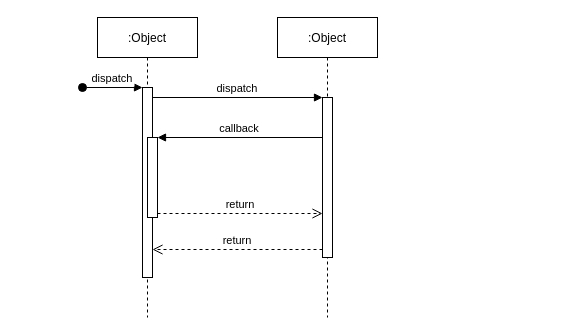
joanrsar/challenged_ml keeps this draw.io diagram as documentación/secuencia.drawio. Above is the earlier version. Source tidied: cells renumbered, new cells numbered last; positions are measured from the earlier drawing's top-left corner, leaving out a move shared by most shapes. Both pictures are drawn from the tidied source at 100%, with x=0, y=0 at pixel (82, 17).
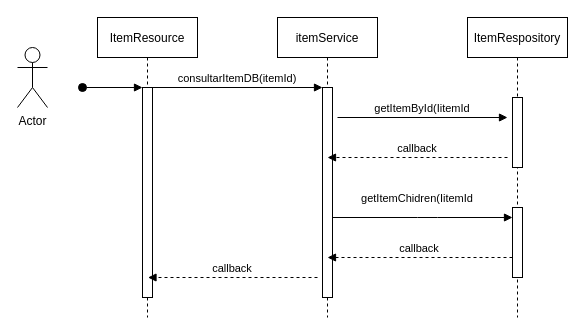
After the change.

Diff of the diagram source:
```diff
@@
-    <mxCell id="2" value=":Object" style="shape=umlLifeline;perimeter=lifelinePerimeter;rounded=0;shadow=0;strokeWidth=1;" parent="1" vertex="1">
+    <mxCell id="2" value="ItemResource" style="shape=umlLifeline;perimeter=lifelinePerimeter;rounded=0;shadow=0;strokeWidth=1;" parent="1" vertex="1">
       <mxGeometry x="15" width="100" height="300" as="geometry" />
     </mxCell>
     <mxCell id="3" style="points=[];perimeter=orthogonalPerimeter;rounded=0;shadow=0;strokeWidth=1;" parent="2" vertex="1">
-      <mxGeometry x="45" y="70" width="10" height="190" as="geometry" />
+      <mxGeometry x="45" y="70" width="10" height="210" as="geometry" />
     </mxCell>
-    <mxCell id="4" value="dispatch" style="verticalAlign=bottom;startArrow=oval;endArrow=block;startSize=8;shadow=0;strokeWidth=1;" parent="2" edge="1" target="3">
+    <mxCell id="4" style="verticalAlign=bottom;startArrow=oval;endArrow=block;startSize=8;shadow=0;strokeWidth=1;" parent="2" edge="1" target="3">
       <mxGeometry relative="1" as="geometry">
         <mxPoint x="-15" y="70" as="sourcePoint" />
       </mxGeometry>
     </mxCell>
-    <mxCell id="5" style="points=[];perimeter=orthogonalPerimeter;rounded=0;shadow=0;strokeWidth=1;" parent="2" vertex="1">
-      <mxGeometry x="50" y="120" width="10" height="80" as="geometry" />
-    </mxCell>
-    <mxCell id="6" value=":Object" style="shape=umlLifeline;perimeter=lifelinePerimeter;rounded=0;shadow=0;strokeWidth=1;" parent="1" vertex="1">
+    <mxCell id="6" value="itemService" style="shape=umlLifeline;perimeter=lifelinePerimeter;rounded=0;shadow=0;strokeWidth=1;" parent="1" vertex="1">
       <mxGeometry x="195" width="100" height="300" as="geometry" />
     </mxCell>
     <mxCell id="7" style="points=[];perimeter=orthogonalPerimeter;rounded=0;shadow=0;strokeWidth=1;" parent="6" vertex="1">
-      <mxGeometry x="45" y="80" width="10" height="160" as="geometry" />
+      <mxGeometry x="45" y="70" width="10" height="210" as="geometry" />
     </mxCell>
-    <mxCell id="8" value="return" style="verticalAlign=bottom;endArrow=open;dashed=1;endSize=8;exitX=0;exitY=0.95;shadow=0;strokeWidth=1;" parent="1" edge="1" source="7" target="3">
-      <mxGeometry relative="1" as="geometry" />
-    </mxCell>
-    <mxCell id="9" value="dispatch" style="verticalAlign=bottom;endArrow=block;entryX=0;entryY=0;shadow=0;strokeWidth=1;" parent="1" edge="1" source="3" target="7">
+    <mxCell id="9" value="consultarItemDB(itemId)" style="verticalAlign=bottom;endArrow=block;entryX=0;entryY=0;shadow=0;strokeWidth=1;" parent="1" edge="1" source="3" target="7">
       <mxGeometry relative="1" as="geometry" />
     </mxCell>
-    <mxCell id="10" value="callback" style="verticalAlign=bottom;endArrow=block;entryX=1;entryY=0;shadow=0;strokeWidth=1;" parent="1" edge="1" source="7" target="5">
-      <mxGeometry relative="1" as="geometry" />
-    </mxCell>
-    <mxCell id="11" value="return" style="verticalAlign=bottom;endArrow=open;dashed=1;endSize=8;exitX=1;exitY=0.95;shadow=0;strokeWidth=1;" parent="1" edge="1" source="5" target="7">
-      <mxGeometry relative="1" as="geometry" />
-    </mxCell>
+    <mxCell id="12" value="Actor" style="shape=umlActor;verticalLabelPosition=bottom;verticalAlign=top;html=1;" parent="1" vertex="1">
+      <mxGeometry x="-65" y="30" width="30" height="60" as="geometry" />
+    </mxCell>
+    <mxCell id="13" value="ItemRespository" style="shape=umlLifeline;perimeter=lifelinePerimeter;rounded=0;shadow=0;strokeWidth=1;" parent="1" vertex="1">
+      <mxGeometry x="385" width="100" height="300" as="geometry" />
+    </mxCell>
+    <mxCell id="14" style="perimeter=orthogonalPerimeter;rounded=0;shadow=0;strokeWidth=1;" parent="13" vertex="1">
+      <mxGeometry x="45" y="80" width="10" height="70" as="geometry" />
+    </mxCell>
+    <mxCell id="15" value="getItemById(IitemId" style="verticalAlign=bottom;endArrow=block;shadow=0;strokeWidth=1;" parent="1" edge="1">
+      <mxGeometry relative="1" as="geometry">
+        <mxPoint x="255" y="100" as="sourcePoint" />
+        <mxPoint x="425" y="100" as="targetPoint" />
+      </mxGeometry>
+    </mxCell>
+    <mxCell id="16" value="callback" style="verticalAlign=bottom;endArrow=block;entryX=1;entryY=0;shadow=0;strokeWidth=1;dashed=1;" parent="1" edge="1">
+      <mxGeometry relative="1" as="geometry">
+        <mxPoint x="425" y="140" as="sourcePoint" />
+        <mxPoint x="245" y="140" as="targetPoint" />
+      </mxGeometry>
+    </mxCell>
+    <mxCell id="17" style="points=[];perimeter=orthogonalPerimeter;rounded=0;shadow=0;strokeWidth=1;" parent="1" vertex="1">
+      <mxGeometry x="430" y="190" width="10" height="70" as="geometry" />
+    </mxCell>
+    <mxCell id="18" value="getItemChidren(IitemId" style="verticalAlign=bottom;endArrow=block;shadow=0;strokeWidth=1;" parent="1" edge="1" source="7" target="17">
+      <mxGeometry x="0.06" y="14" relative="1" as="geometry">
+        <Array as="points">
+          <mxPoint x="345" y="200" />
+        </Array>
+        <mxPoint x="-10" y="4" as="offset" />
+      </mxGeometry>
+    </mxCell>
+    <mxCell id="19" value="callback" style="verticalAlign=bottom;endArrow=block;shadow=0;strokeWidth=1;dashed=1;" parent="1" edge="1" source="17" target="6">
+      <mxGeometry relative="1" as="geometry">
+        <Array as="points">
+          <mxPoint x="245" y="240" />
+        </Array>
+      </mxGeometry>
+    </mxCell>
+    <mxCell id="20" value="callback" style="verticalAlign=bottom;endArrow=block;shadow=0;strokeWidth=1;dashed=1;" parent="1" edge="1">
+      <mxGeometry relative="1" as="geometry">
+        <mxPoint x="235" y="260" as="sourcePoint" />
+        <mxPoint x="65" y="260" as="targetPoint" />
+        <Array as="points">
+          <mxPoint x="65.5" y="260" />
+        </Array>
+      </mxGeometry>
+    </mxCell>
```
